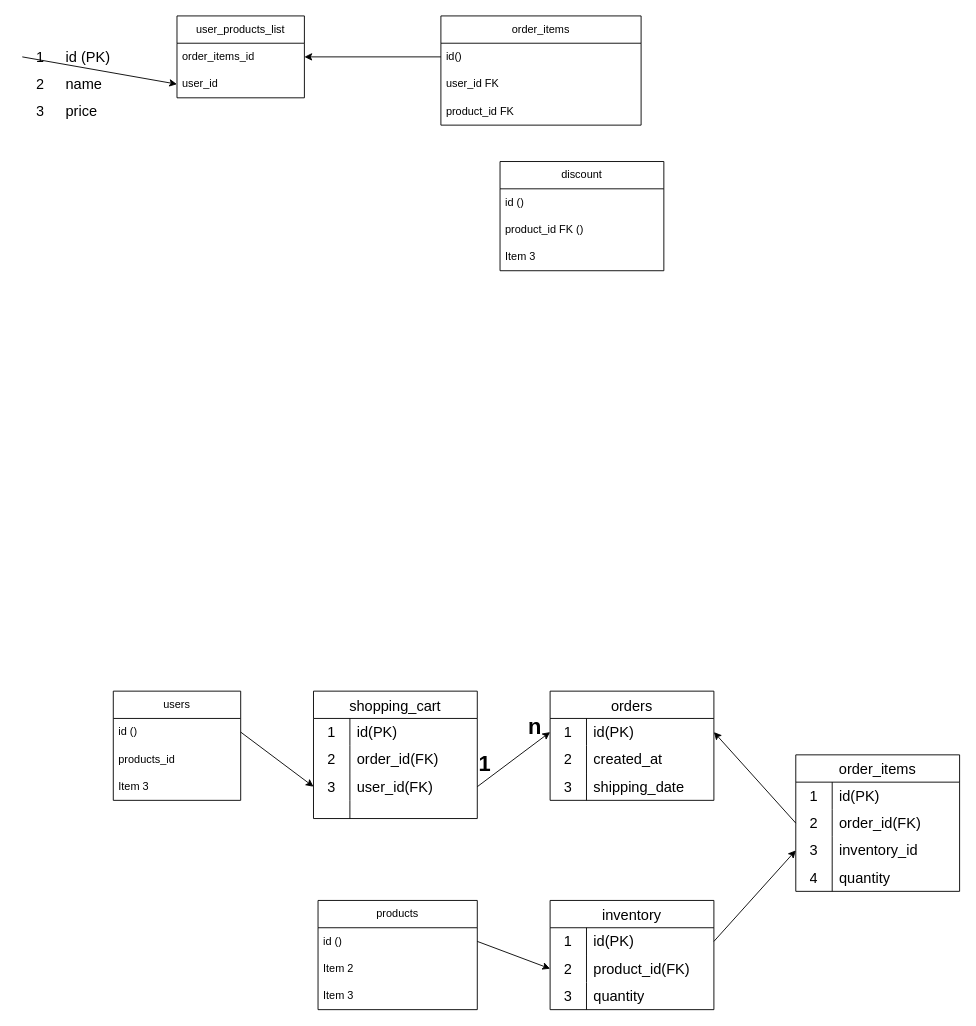
DamianoMura/backend keeps this draw.io diagram as DB_GRAPH.drawio. Above is the earlier version. Source tidied: cells renumbered, new cells numbered last; positions are measured from the earlier drawing's top-left corner, leaving out a move shared by most shapes. Both pictures are drawn from the tidied source at 91%, with x=0, y=0 at pixel (22, 15).
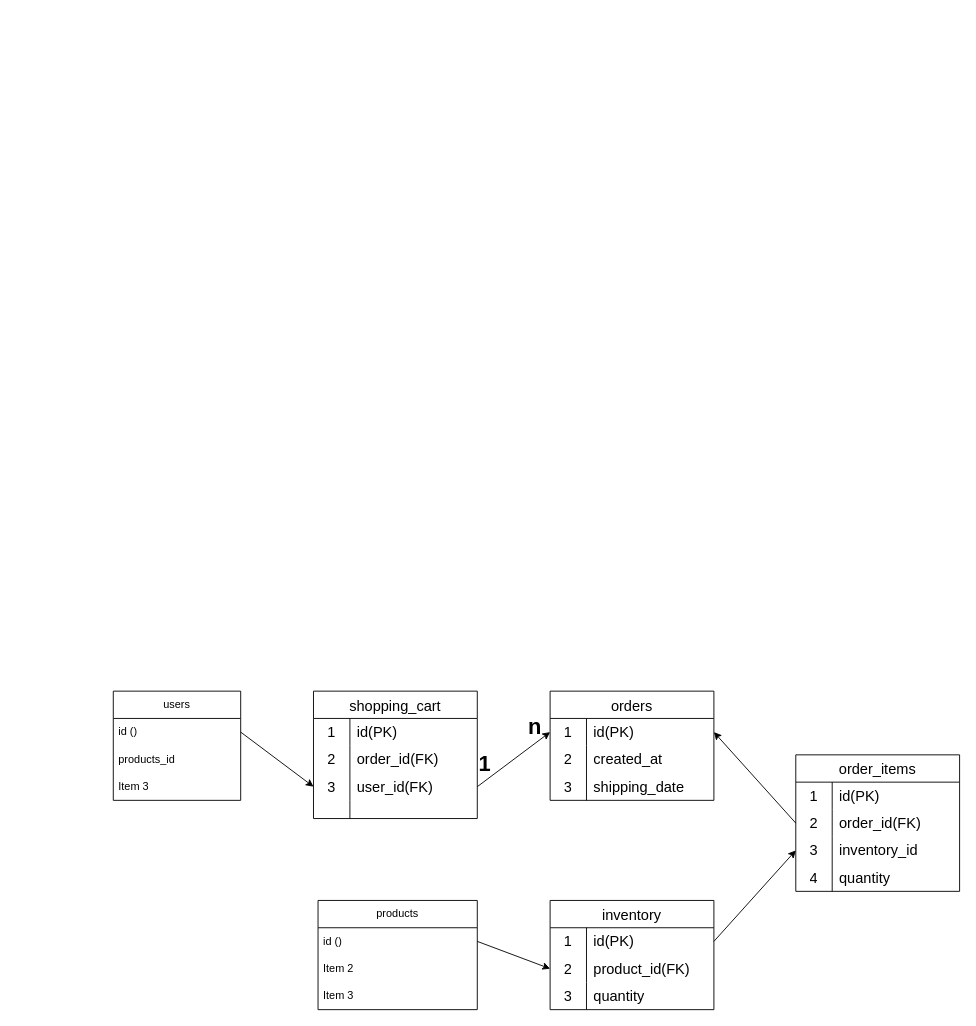
The same page after the edit.

Change to the diagram source:
```diff
@@
-    <mxCell id="10" value="discount" style="swimlane;fontStyle=0;horizontal=1;startSize=30;whiteSpace=wrap;html=1;" parent="1" vertex="1">
-      <mxGeometry x="525" y="160" width="180" height="120" as="geometry" />
-    </mxCell>
-    <mxCell id="11" value="&lt;span style=&quot;color: rgb(0, 0, 0);&quot;&gt;id ()&lt;/span&gt;" style="text;strokeColor=none;fillColor=none;align=left;verticalAlign=middle;spacingLeft=4;spacingRight=4;overflow=hidden;whiteSpace=wrap;html=1;" parent="10" vertex="1">
-      <mxGeometry y="30" width="180" height="30" as="geometry" />
-    </mxCell>
-    <mxCell id="12" value="product_id FK&amp;nbsp;&lt;span style=&quot;color: rgb(0, 0, 0);&quot;&gt;()&lt;/span&gt;&amp;nbsp;" style="text;strokeColor=none;fillColor=none;align=left;verticalAlign=middle;spacingLeft=4;spacingRight=4;overflow=hidden;whiteSpace=wrap;html=1;" parent="10" vertex="1">
-      <mxGeometry y="60" width="180" height="30" as="geometry" />
-    </mxCell>
-    <mxCell id="13" value="Item 3" style="text;strokeColor=none;fillColor=none;align=left;verticalAlign=middle;spacingLeft=4;spacingRight=4;overflow=hidden;whiteSpace=wrap;html=1;" parent="10" vertex="1">
-      <mxGeometry y="90" width="180" height="30" as="geometry" />
-    </mxCell>
-    <mxCell id="14" value="order_items" style="swimlane;fontStyle=0;horizontal=1;startSize=30;whiteSpace=wrap;html=1;" parent="1" vertex="1">
-      <mxGeometry x="460" width="220" height="120" as="geometry" />
-    </mxCell>
-    <mxCell id="15" value="id()" style="text;strokeColor=none;fillColor=none;align=left;verticalAlign=middle;spacingLeft=4;spacingRight=4;overflow=hidden;points=[[0,0.5],[1,0.5]];portConstraint=eastwest;whiteSpace=wrap;html=1;" parent="14" vertex="1">
-      <mxGeometry y="30" width="220" height="30" as="geometry" />
-    </mxCell>
-    <mxCell id="16" value="&lt;span style=&quot;color: rgb(0, 0, 0);&quot;&gt;user_id FK&lt;/span&gt;" style="text;strokeColor=none;fillColor=none;align=left;verticalAlign=middle;spacingLeft=4;spacingRight=4;overflow=hidden;whiteSpace=wrap;html=1;" parent="14" vertex="1">
-      <mxGeometry y="60" width="220" height="30" as="geometry" />
-    </mxCell>
-    <mxCell id="17" value="&lt;span style=&quot;color: rgb(0, 0, 0); text-align: center;&quot;&gt;product_id FK&lt;/span&gt;" style="text;strokeColor=none;fillColor=none;align=left;verticalAlign=middle;spacingLeft=4;spacingRight=4;overflow=hidden;whiteSpace=wrap;html=1;" parent="14" vertex="1">
-      <mxGeometry y="90" width="220" height="30" as="geometry" />
-    </mxCell>
-    <mxCell id="18" value="user_&lt;span style=&quot;color: rgb(0, 0, 0);&quot;&gt;products_list&lt;/span&gt;" style="swimlane;fontStyle=0;horizontal=1;startSize=30;whiteSpace=wrap;html=1;" parent="1" vertex="1">
-      <mxGeometry x="170" width="140" height="90" as="geometry" />
-    </mxCell>
-    <mxCell id="19" value="&lt;div style=&quot;text-align: center;&quot;&gt;&lt;span style=&quot;background-color: transparent;&quot;&gt;order_items_id&lt;/span&gt;&lt;/div&gt;" style="text;strokeColor=none;fillColor=none;align=left;verticalAlign=middle;spacingLeft=4;spacingRight=4;overflow=hidden;points=[[0,0.5],[1,0.5]];portConstraint=eastwest;whiteSpace=wrap;html=1;" parent="18" vertex="1">
-      <mxGeometry y="30" width="140" height="30" as="geometry" />
-    </mxCell>
-    <mxCell id="20" value="user_id" style="text;strokeColor=none;fillColor=none;align=left;verticalAlign=middle;spacingLeft=4;spacingRight=4;overflow=hidden;points=[[0,0.5],[1,0.5]];portConstraint=eastwest;whiteSpace=wrap;html=1;" parent="18" vertex="1">
-      <mxGeometry y="60" width="140" height="30" as="geometry" />
-    </mxCell>
-    <mxCell id="21" style="edgeStyle=none;html=1;exitX=0;exitY=0.5;exitDx=0;exitDy=0;entryX=1;entryY=0.5;entryDx=0;entryDy=0;" parent="1" edge="1" source="15" target="19">
-      <mxGeometry relative="1" as="geometry" />
-    </mxCell>
-    <mxCell id="22" style="edgeStyle=none;html=1;exitX=1;exitY=0.5;exitDx=0;exitDy=0;entryX=0;entryY=0.5;entryDx=0;entryDy=0;" parent="1" edge="1" target="20">
-      <mxGeometry relative="1" as="geometry">
-        <mxPoint y="45" as="sourcePoint" />
-      </mxGeometry>
-    </mxCell>
-    <mxCell id="23" style="shape=tableRow;horizontal=0;startSize=0;swimlaneHead=0;swimlaneBody=0;top=0;left=0;bottom=0;right=0;fillColor=none;strokeColor=inherit;fontSize=16;" parent="22" vertex="1">
-      <mxGeometry y="30" width="180" height="30" as="geometry" />
-    </mxCell>
-    <mxCell id="24" value="1" style="shape=partialRectangle;html=1;whiteSpace=wrap;fillColor=none;top=0;left=0;bottom=0;right=0;overflow=hidden;strokeColor=inherit;fontSize=16;" parent="23" vertex="1">
-      <mxGeometry width="40" height="30" as="geometry" />
-    </mxCell>
-    <mxCell id="25" value="id (PK)" style="shape=partialRectangle;html=1;whiteSpace=wrap;fillColor=none;top=0;left=0;bottom=0;right=0;align=left;spacingLeft=6;overflow=hidden;strokeColor=inherit;fontSize=16;" parent="23" vertex="1">
-      <mxGeometry x="40" width="140" height="30" as="geometry" />
-    </mxCell>
-    <mxCell id="26" style="shape=tableRow;horizontal=0;startSize=0;swimlaneHead=0;swimlaneBody=0;top=0;left=0;bottom=0;right=0;fillColor=none;strokeColor=inherit;fontSize=16;" parent="22" vertex="1">
-      <mxGeometry y="60" width="180" height="30" as="geometry" />
-    </mxCell>
-    <mxCell id="27" value="2" style="shape=partialRectangle;html=1;whiteSpace=wrap;fillColor=none;top=0;left=0;bottom=0;right=0;overflow=hidden;strokeColor=inherit;fontSize=16;" parent="26" vertex="1">
-      <mxGeometry width="40" height="30" as="geometry" />
-    </mxCell>
-    <mxCell id="28" value="name" style="shape=partialRectangle;html=1;whiteSpace=wrap;fillColor=none;top=0;left=0;bottom=0;right=0;align=left;spacingLeft=6;overflow=hidden;strokeColor=inherit;fontSize=16;" parent="26" vertex="1">
-      <mxGeometry x="40" width="140" height="30" as="geometry" />
-    </mxCell>
-    <mxCell id="29" style="shape=tableRow;horizontal=0;startSize=0;swimlaneHead=0;swimlaneBody=0;top=0;left=0;bottom=0;right=0;fillColor=none;strokeColor=inherit;fontSize=16;" parent="22" vertex="1">
-      <mxGeometry y="90" width="180" height="30" as="geometry" />
-    </mxCell>
-    <mxCell id="30" value="3" style="shape=partialRectangle;html=1;whiteSpace=wrap;fillColor=none;top=0;left=0;bottom=0;right=0;overflow=hidden;strokeColor=inherit;fontSize=16;" parent="29" vertex="1">
-      <mxGeometry width="40" height="30" as="geometry" />
-    </mxCell>
-    <mxCell id="31" value="price" style="shape=partialRectangle;html=1;whiteSpace=wrap;fillColor=none;top=0;left=0;bottom=0;right=0;align=left;spacingLeft=6;overflow=hidden;strokeColor=inherit;fontSize=16;" parent="29" vertex="1">
-      <mxGeometry x="40" width="140" height="30" as="geometry" />
-    </mxCell>
```
